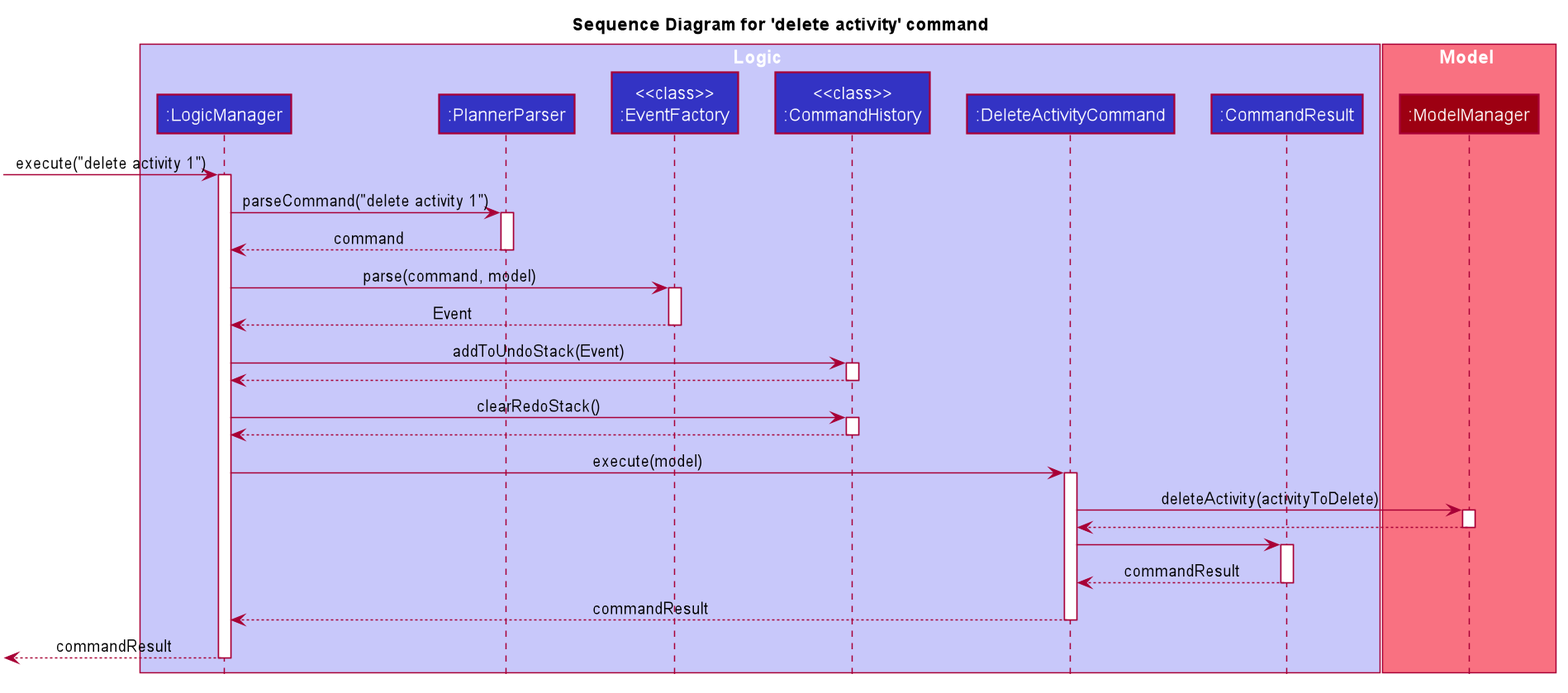
The PlantUML diagram docs/images/DeleteActivitySequenceDiagram.png in nus-cs2103-AY1920S1/addressbook-level3, before a commit.
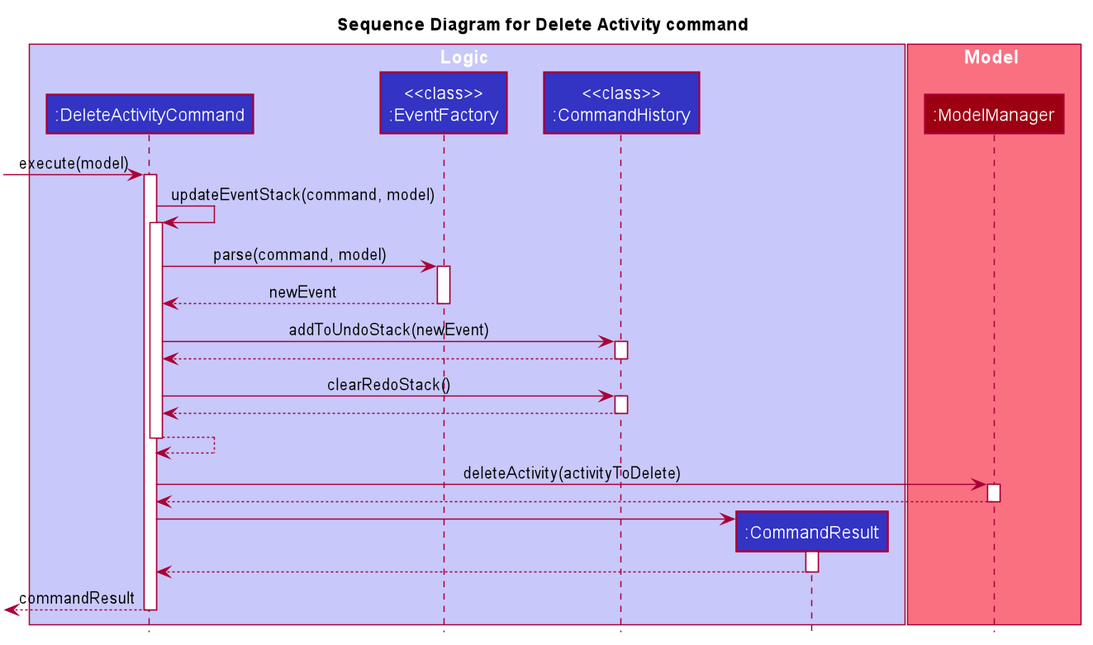
The same diagram one commit later.

Commit message:
Edit undo redo UML diagrams

Change to the diagram source:
```diff
@@ -47,14 +47,12 @@
 hide footbox
 hide members
 hide circle
-title Sequence Diagram for 'delete activity' command
+title Sequence Diagram for Delete Activity command
 
 box Logic #C8C8FA
-participant ":LogicManager" as LogicManager #3333C4
-participant ":PlannerParser" as PlannerParser #3333C4
+participant ":DeleteActivityCommand" as DeleteActivityCommand #3333C4
 participant "<<class>>\n:EventFactory" as EventFactory #3333C4
 participant "<<class>>\n:CommandHistory" as CommandHistory #3333C4
-participant ":DeleteActivityCommand" as DeleteActivityCommand #3333C4
 participant ":CommandResult" as CommandResult #3333C4
 end box
 
@@ -62,48 +60,46 @@
 participant ":ModelManager" as ModelManager #9D0012
 end box
 
-[-> LogicManager : execute("delete activity 1")
-activate LogicManager
+[-> DeleteActivityCommand : execute(model)
+activate DeleteActivityCommand
 
-LogicManager -> PlannerParser : parseCommand("delete activity 1")
-activate PlannerParser
+DeleteActivityCommand -> DeleteActivityCommand : updateEventStack(command, model)
+activate DeleteActivityCommand
 
-PlannerParser --> LogicManager : command
-deactivate PlannerParser
-
-LogicManager -> EventFactory : parse(command, model)
+DeleteActivityCommand -> EventFactory : parse(command, model)
 activate EventFactory
 
-EventFactory --> LogicManager : Event
+EventFactory --> DeleteActivityCommand : newEvent
 deactivate EventFactory
 
-LogicManager -> CommandHistory : addToUndoStack(Event)
+DeleteActivityCommand -> CommandHistory : addToUndoStack(newEvent)
 activate CommandHistory
-CommandHistory --> LogicManager
+
+CommandHistory --> DeleteActivityCommand
 deactivate CommandHistory
 
-LogicManager -> CommandHistory : clearRedoStack()
+DeleteActivityCommand -> CommandHistory : clearRedoStack()
 activate CommandHistory
-CommandHistory --> LogicManager
+
+CommandHistory --> DeleteActivityCommand
 deactivate CommandHistory
 
-LogicManager -> DeleteActivityCommand : execute(model)
-activate DeleteActivityCommand
+DeleteActivityCommand --> DeleteActivityCommand
+deactivate DeleteActivityCommand
 
 DeleteActivityCommand -> ModelManager : deleteActivity(activityToDelete)
 activate ModelManager
+
 ModelManager --> DeleteActivityCommand
 deactivate ModelManager
 
+create CommandResult
 DeleteActivityCommand -> CommandResult
 activate CommandResult
 
-CommandResult --> DeleteActivityCommand : commandResult
+CommandResult --> DeleteActivityCommand
 deactivate CommandResult
 
-DeleteActivityCommand --> LogicManager : commandResult
+[<-- DeleteActivityCommand : commandResult
 deactivate DeleteActivityCommand
-
-[<--LogicManager : commandResult
-deactivate LogicManager
 @enduml
```
